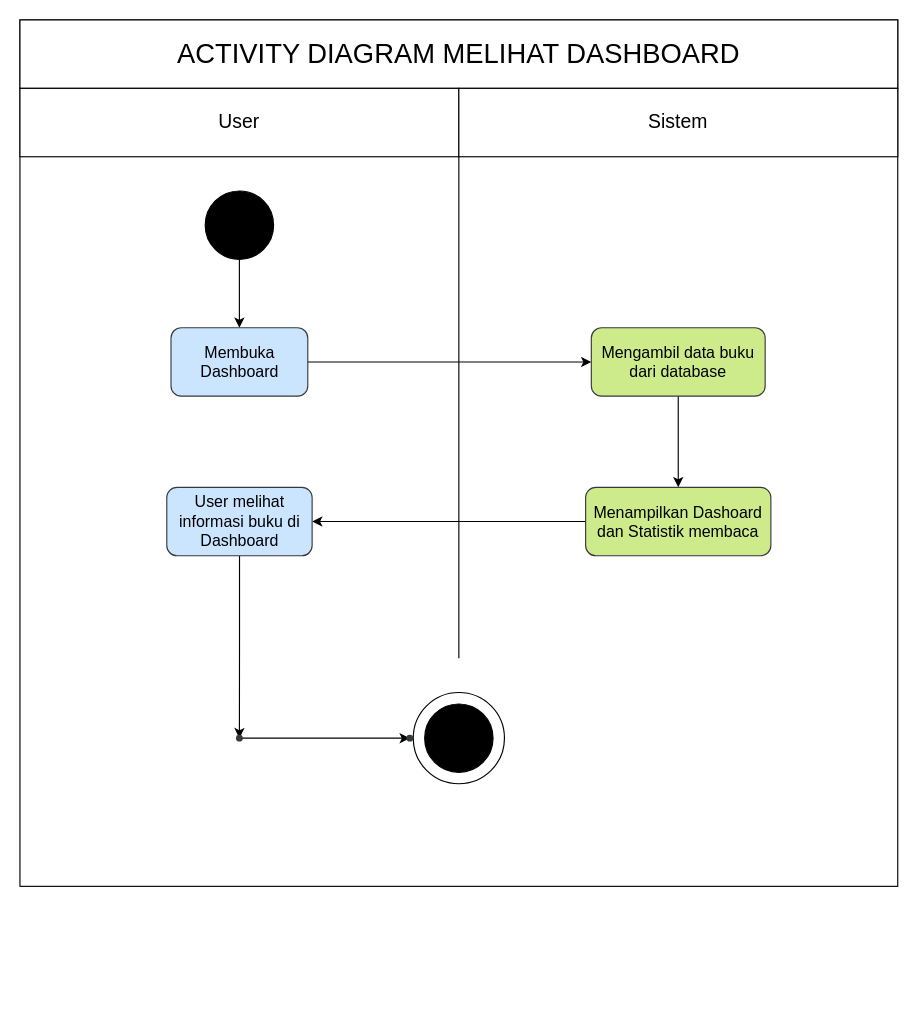
Earlier version of the draw.io diagram UML/ACTIVITY DIAGRAM/MELIHAT_DASHBOARD_Diagram.drawio (dandyramadhan/kel4_RPL_R7P). Source tidied: cells renumbered, new cells numbered last; positions are measured from the earlier drawing's top-left corner, leaving out a move shared by most shapes. Both pictures are drawn from the tidied source at 114%, with x=0, y=0 at pixel (19, 19).
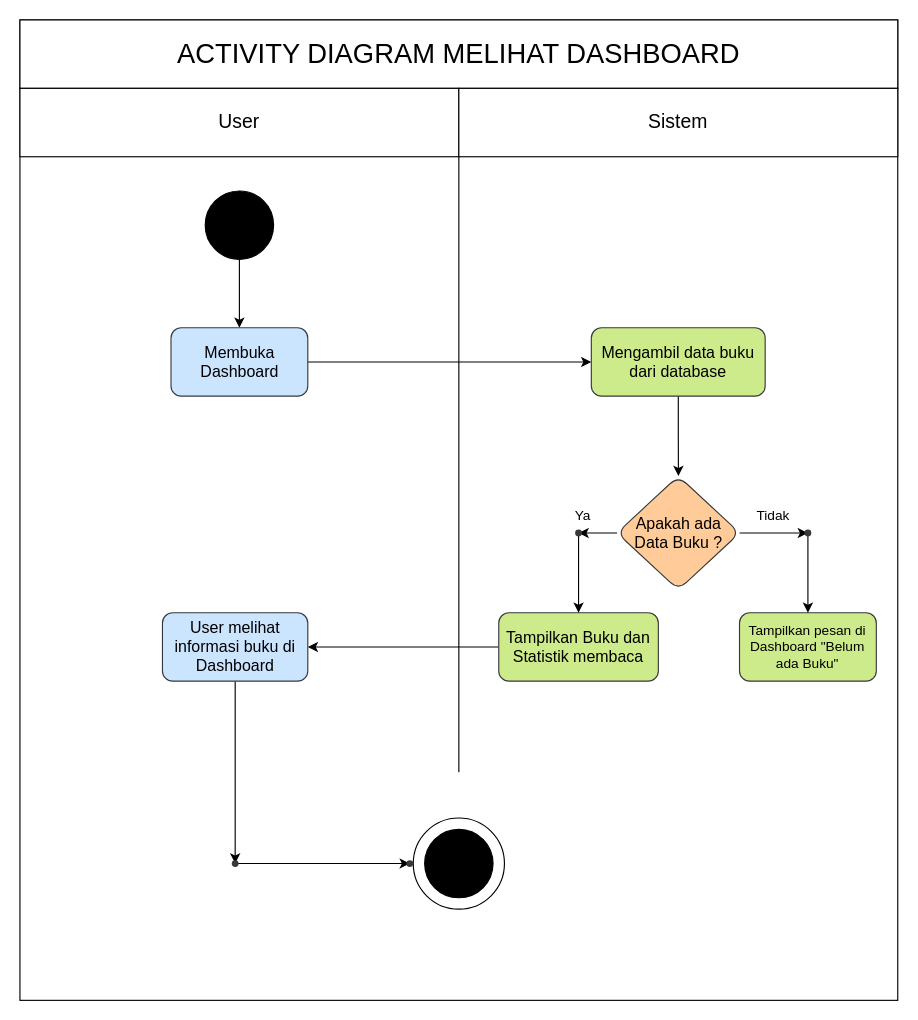
The same diagram, later.

Commit message (it also covers changes not shown here):
update Activity Diagram

The change refers to these unchanged cells:
```xml
<mxCell id="4" value="&lt;font style=&quot;font-size: 17px;&quot;&gt;User&lt;/font&gt;" style="rounded=0;whiteSpace=wrap;html=1;" parent="1" vertex="1">
  <mxGeometry y="60" width="385" height="60" as="geometry" />
</mxCell>
<mxCell id="12" value="&lt;font style=&quot;font-size: 14px;&quot;&gt;Mengambil data buku dari database&lt;/font&gt;" style="whiteSpace=wrap;html=1;fillColor=#cdeb8b;strokeColor=#36393d;rounded=1;roundedPerimeter=1;" parent="1" vertex="1">
  <mxGeometry x="501.2" y="270" width="152.5" height="60" as="geometry" />
</mxCell>
```

What changed in the source:
```diff
@@
     <mxCell id="2" style="rounded=0;whiteSpace=wrap;html=1;" parent="1" vertex="1">
-      <mxGeometry width="770" height="760" as="geometry" />
+      <mxGeometry width="770" height="860" as="geometry" />
     </mxCell>
@@
     <mxCell id="6" style="endArrow=none;html=1;rounded=0;entryX=1;entryY=1;entryDx=0;entryDy=0;" parent="1" edge="1" target="4">
       <mxGeometry relative="1" as="geometry">
-        <mxPoint x="385" y="560" as="sourcePoint" />
+        <mxPoint x="385" y="660" as="sourcePoint" />
       </mxGeometry>
     </mxCell>
@@
-    <mxCell id="11" style="edgeStyle=orthogonalEdgeStyle;rounded=0;jettySize=auto;html=1;" parent="1" edge="1" source="12" target="14">
-      <mxGeometry relative="1" as="geometry" />
-    </mxCell>
+    <mxCell id="23" style="edgeStyle=orthogonalEdgeStyle;rounded=0;jettySize=auto;html=1;" parent="1" edge="1" source="12" target="27">
+      <mxGeometry relative="1" as="geometry" />
+    </mxCell>
@@
-    <mxCell id="14" value="&lt;font style=&quot;font-size: 14px;&quot;&gt;Menampilkan Dashoard dan Statistik membaca&lt;/font&gt;" style="whiteSpace=wrap;html=1;fillColor=#cdeb8b;strokeColor=#36393d;rounded=1;roundedPerimeter=1;" parent="1" vertex="1">
-      <mxGeometry x="496.2" y="410" width="162.5" height="60" as="geometry" />
+    <mxCell id="14" value="&lt;font style=&quot;font-size: 14px;&quot;&gt;Tampilkan Buku dan Statistik membaca&lt;/font&gt;" style="whiteSpace=wrap;html=1;fillColor=#cdeb8b;strokeColor=#36393d;rounded=1;roundedPerimeter=1;" parent="1" vertex="1">
+      <mxGeometry x="420" y="520" width="140" height="60" as="geometry" />
     </mxCell>
-    <mxCell id="15" style="edgeStyle=orthogonalEdgeStyle;rounded=0;jettySize=auto;html=1;" parent="1" edge="1" source="16" target="18">
-      <mxGeometry relative="1" as="geometry" />
-    </mxCell>
+    <mxCell id="24" style="edgeStyle=orthogonalEdgeStyle;rounded=0;jettySize=auto;html=1;" parent="1" edge="1" source="16" target="36">
+      <mxGeometry relative="1" as="geometry" />
+    </mxCell>
     <mxCell id="16" value="&lt;font style=&quot;font-size: 14px;&quot;&gt;User melihat informasi buku di Dashboard&lt;/font&gt;" style="whiteSpace=wrap;html=1;fillColor=#cce5ff;strokeColor=#36393d;rounded=1;roundedPerimeter=1;" parent="1" vertex="1">
-      <mxGeometry x="128.8" y="410" width="127.5" height="60" as="geometry" />
+      <mxGeometry x="125" y="520" width="127.5" height="60" as="geometry" />
     </mxCell>
-    <mxCell id="17" style="edgeStyle=orthogonalEdgeStyle;rounded=0;jettySize=auto;html=1;" parent="1" edge="1" source="18" target="22">
-      <mxGeometry relative="1" as="geometry" />
-    </mxCell>
-    <mxCell id="18" style="shape=waypoint;sketch=0;size=6;points=[];fillColor=#cce5ff;perimeter=centerPerimeter;snapToPoint=1;strokeColor=#36393d;rounded=1;roundedPerimeter=1;" parent="1" vertex="1">
-      <mxGeometry x="182.5" y="620" width="20" height="20" as="geometry" />
-    </mxCell>
     <mxCell id="19" style="group;" parent="1" vertex="1">
-      <mxGeometry x="345" y="590" width="80" height="80" as="geometry" />
+      <mxGeometry x="345" y="700" width="80" height="80" as="geometry" />
     </mxCell>
@@
-    <mxCell id="22" style="shape=waypoint;sketch=0;size=6;points=[];fillColor=#cce5ff;perimeter=centerPerimeter;snapToPoint=1;strokeColor=#36393d;rounded=1;roundedPerimeter=1;" parent="1" vertex="1">
-      <mxGeometry x="332" y="620" width="20" height="20" as="geometry" />
-    </mxCell>
+    <mxCell id="25" style="edgeStyle=orthogonalEdgeStyle;rounded=0;jettySize=auto;html=1;" parent="1" edge="1" source="27" target="30">
+      <mxGeometry relative="1" as="geometry" />
+    </mxCell>
+    <mxCell id="26" style="edgeStyle=orthogonalEdgeStyle;rounded=0;jettySize=auto;html=1;" parent="1" edge="1" source="27" target="32">
+      <mxGeometry relative="1" as="geometry" />
+    </mxCell>
+    <mxCell id="27" value="Apakah ada Data Buku ?" style="rhombus;whiteSpace=wrap;shapeInside=1;fillColor=#ffcc99;strokeColor=#36393d;rounded=1;roundedPerimeter=1;fontSize=14;" parent="1" vertex="1">
+      <mxGeometry x="523.8" y="400" width="107.5" height="100" as="geometry" />
+    </mxCell>
+    <mxCell id="28" value="&lt;font&gt;Tampilkan pesan di Dashboard &quot;Belum ada Buku&quot;&lt;/font&gt;" style="rounded=1;whiteSpace=wrap;html=1;roundedPerimeter=1;fillColor=#cdeb8b;strokeColor=#36393d;" parent="1" vertex="1">
+      <mxGeometry x="631.2" y="520" width="120" height="60" as="geometry" />
+    </mxCell>
+    <mxCell id="29" style="edgeStyle=orthogonalEdgeStyle;rounded=0;jettySize=auto;html=1;" parent="1" edge="1" source="30" target="28">
+      <mxGeometry relative="1" as="geometry" />
+    </mxCell>
+    <mxCell id="30" style="shape=waypoint;sketch=0;size=6;points=[];fillColor=#ffcc99;perimeter=centerPerimeter;snapToPoint=1;fontSize=14;strokeColor=#36393d;rounded=1;roundedPerimeter=1;" parent="1" vertex="1">
+      <mxGeometry x="681.2" y="440" width="20" height="20" as="geometry" />
+    </mxCell>
+    <mxCell id="31" style="edgeStyle=orthogonalEdgeStyle;rounded=0;jettySize=auto;html=1;" parent="1" edge="1" source="32" target="14">
+      <mxGeometry relative="1" as="geometry" />
+    </mxCell>
+    <mxCell id="32" style="shape=waypoint;sketch=0;size=6;points=[];fillColor=#ffcc99;perimeter=centerPerimeter;snapToPoint=1;fontSize=14;strokeColor=#36393d;rounded=1;roundedPerimeter=1;" parent="1" vertex="1">
+      <mxGeometry x="480" y="440" width="20" height="20" as="geometry" />
+    </mxCell>
+    <mxCell id="33" value="Tidak" style="text;html=1;whiteSpace=wrap;strokeColor=none;fillColor=none;align=center;verticalAlign=middle;rounded=0;" parent="1" vertex="1">
+      <mxGeometry x="631.2" y="420" width="60" height="30" as="geometry" />
+    </mxCell>
+    <mxCell id="34" value="Ya" style="text;html=1;whiteSpace=wrap;strokeColor=none;fillColor=none;align=center;verticalAlign=middle;rounded=0;" parent="1" vertex="1">
+      <mxGeometry x="463.8" y="420" width="60" height="30" as="geometry" />
+    </mxCell>
+    <mxCell id="35" style="edgeStyle=orthogonalEdgeStyle;rounded=0;jettySize=auto;html=1;" parent="1" edge="1" source="36" target="37">
+      <mxGeometry relative="1" as="geometry" />
+    </mxCell>
+    <mxCell id="36" style="shape=waypoint;sketch=0;size=6;points=[];fillColor=#cce5ff;perimeter=centerPerimeter;snapToPoint=1;strokeColor=#36393d;rounded=1;roundedPerimeter=1;" parent="1" vertex="1">
+      <mxGeometry x="178.8" y="730" width="20" height="20" as="geometry" />
+    </mxCell>
+    <mxCell id="37" style="shape=waypoint;sketch=0;size=6;points=[];fillColor=#cce5ff;perimeter=centerPerimeter;snapToPoint=1;strokeColor=#36393d;rounded=1;roundedPerimeter=1;" parent="1" vertex="1">
+      <mxGeometry x="332" y="730" width="20" height="20" as="geometry" />
+    </mxCell>
```
